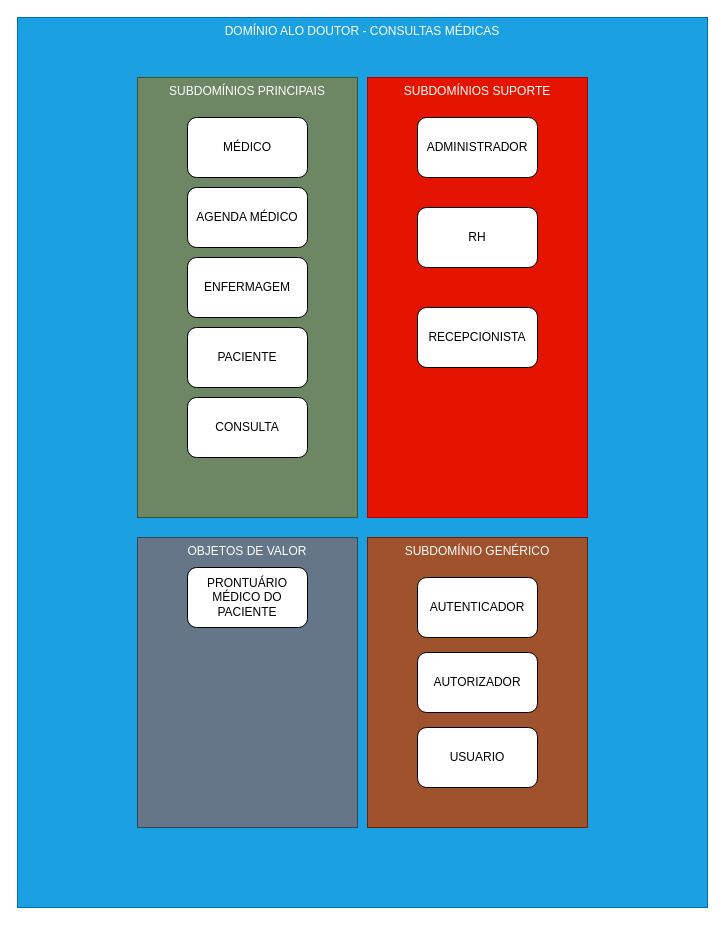
This is page "DOMINIOS" (1 of 2) of documentacao/ddd/dddAloDoutor.drawio from fbiopereira/AloDoutor, a draw.io file, before an edit. Source tidied: cells renumbered, new cells numbered last; positions are measured from the earlier drawing's top-left corner, leaving out a move shared by most shapes. Both pictures are drawn from the tidied source at 100%, with x=0, y=0 at pixel (17, 17).
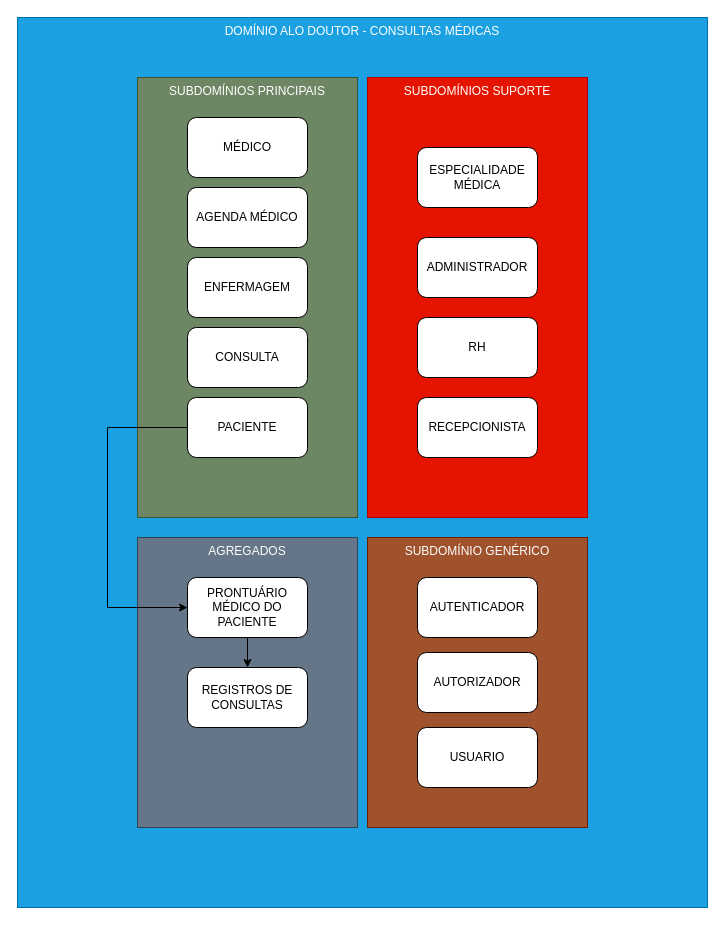
The same page after the edit.

Change to the diagram source:
```diff
@@
-    <mxCell id="3" value="OBJETOS DE VALOR" style="rounded=0;whiteSpace=wrap;html=1;verticalAlign=top;fillColor=#647687;fontColor=#ffffff;strokeColor=#314354;" parent="1" vertex="1">
+    <mxCell id="3" value="AGREGADOS" style="rounded=0;whiteSpace=wrap;html=1;verticalAlign=top;fillColor=#647687;fontColor=#ffffff;strokeColor=#314354;" parent="1" vertex="1">
       <mxGeometry x="120" y="520" width="220" height="290" as="geometry" />
     </mxCell>
@@
+    <mxCell id="19" style="edgeStyle=orthogonalEdgeStyle;rounded=0;jettySize=auto;html=1;exitX=0;exitY=0.5;exitDx=0;exitDy=0;entryX=0;entryY=0.5;entryDx=0;entryDy=0;" parent="1" edge="1" source="7" target="14">
+      <mxGeometry relative="1" as="geometry">
+        <Array as="points">
+          <mxPoint x="90" y="410" />
+          <mxPoint x="90" y="590" />
+        </Array>
+      </mxGeometry>
+    </mxCell>
     <mxCell id="7" value="PACIENTE" style="rounded=1;whiteSpace=wrap;html=1;" parent="1" vertex="1">
-      <mxGeometry x="170" y="310" width="120" height="60" as="geometry" />
+      <mxGeometry x="170" y="380" width="120" height="60" as="geometry" />
     </mxCell>
     <mxCell id="8" value="RH" style="rounded=1;whiteSpace=wrap;html=1;" parent="1" vertex="1">
-      <mxGeometry x="400" y="190" width="120" height="60" as="geometry" />
+      <mxGeometry x="400" y="300" width="120" height="60" as="geometry" />
     </mxCell>
     <mxCell id="9" value="RECEPCIONISTA" style="rounded=1;whiteSpace=wrap;html=1;" parent="1" vertex="1">
-      <mxGeometry x="400" y="290" width="120" height="60" as="geometry" />
+      <mxGeometry x="400" y="380" width="120" height="60" as="geometry" />
     </mxCell>
@@
     <mxCell id="11" value="ADMINISTRADOR" style="rounded=1;whiteSpace=wrap;html=1;" parent="1" vertex="1">
-      <mxGeometry x="400" y="100" width="120" height="60" as="geometry" />
+      <mxGeometry x="400" y="220" width="120" height="60" as="geometry" />
     </mxCell>
@@
     <mxCell id="13" value="CONSULTA" style="rounded=1;whiteSpace=wrap;html=1;" parent="1" vertex="1">
-      <mxGeometry x="170" y="380" width="120" height="60" as="geometry" />
+      <mxGeometry x="170" y="310" width="120" height="60" as="geometry" />
     </mxCell>
     <mxCell id="14" value="PRONTUÁRIO MÉDICO DO PACIENTE" style="rounded=1;whiteSpace=wrap;html=1;" parent="1" vertex="1">
-      <mxGeometry x="170" y="550" width="120" height="60" as="geometry" />
+      <mxGeometry x="170" y="560" width="120" height="60" as="geometry" />
     </mxCell>
@@
+    <mxCell id="20" value="REGISTROS DE CONSULTAS" style="rounded=1;whiteSpace=wrap;html=1;" parent="1" vertex="1">
+      <mxGeometry x="170" y="650" width="120" height="60" as="geometry" />
+    </mxCell>
+    <mxCell id="21" style="endArrow=classic;html=1;rounded=0;exitX=0.5;exitY=1;exitDx=0;exitDy=0;" parent="1" edge="1" source="14" target="20">
+      <mxGeometry relative="1" as="geometry" />
+    </mxCell>
+    <mxCell id="22" value="ESPECIALIDADE MÉDICA" style="rounded=1;whiteSpace=wrap;html=1;" parent="1" vertex="1">
+      <mxGeometry x="400" y="130" width="120" height="60" as="geometry" />
+    </mxCell>
```
